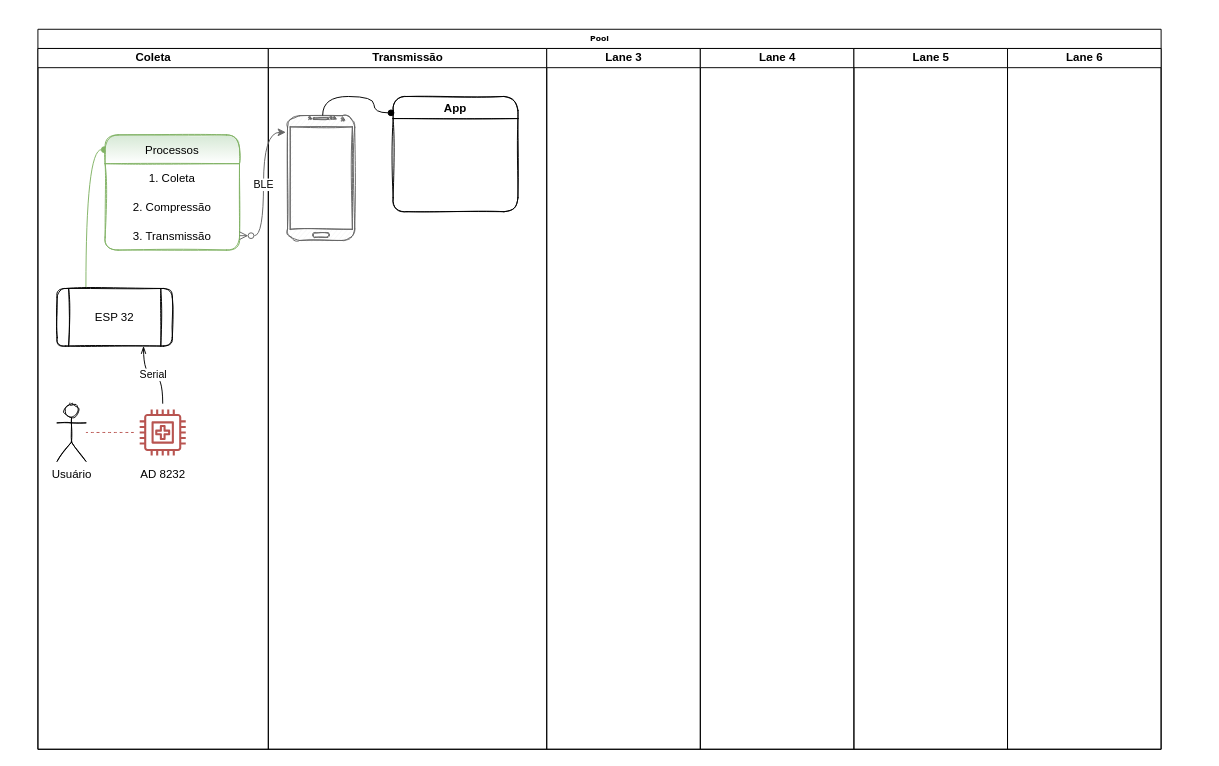
Before: Untitled Diagram.drawio in iamcalegari/app-ic, a draw.io diagram. Source tidied: cells renumbered, new cells numbered last; positions are measured from the earlier drawing's top-left corner, leaving out a move shared by most shapes. Both pictures are drawn from the tidied source at 96%, with x=0, y=0 at pixel (37, 29).
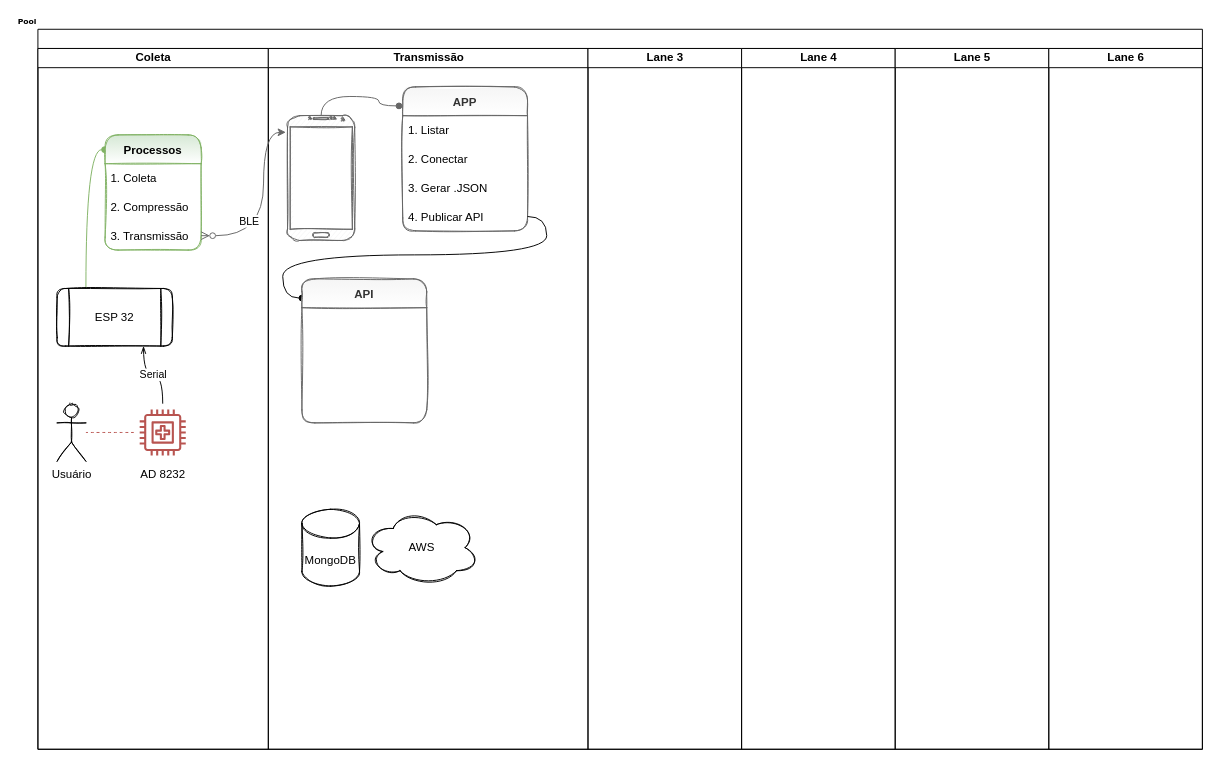
The same page after the edit.

Unchanged cells that the change refers to:
```xml
<mxCell id="3" value="Coleta" style="swimlane;html=1;startSize=20;" parent="2" vertex="1">
  <mxGeometry y="20" width="240" height="730" as="geometry" />
</mxCell>
<mxCell id="15" style="verticalLabelPosition=bottom;verticalAlign=top;html=1;shadow=0;dashed=0;strokeWidth=1;shape=mxgraph.android.phone2;strokeColor=#666666;rounded=1;glass=0;sketch=1;fillColor=#f5f5f5;fontColor=#333333;" parent="14" vertex="1">
  <mxGeometry x="20" y="70" width="70" height="130" as="geometry" />
</mxCell>
```

The edit, as a diff of the source:
```diff
@@
-    <mxCell id="2" value="Pool" style="swimlane;html=1;startSize=20;rounded=0;shadow=0;labelBackgroundColor=none;strokeWidth=1;fontFamily=Verdana;fontSize=8;align=center;" parent="1" vertex="1">
-      <mxGeometry width="1170" height="750" as="geometry" />
+    <mxCell id="2" value="Pool" style="swimlane;startSize=20;rounded=0;shadow=0;labelBackgroundColor=none;strokeWidth=1;fontFamily=Verdana;fontSize=8;align=right;html=1;spacing=2;labelPosition=left;verticalLabelPosition=top;verticalAlign=bottom;" parent="1" vertex="1">
+      <mxGeometry width="1213" height="750" as="geometry" />
     </mxCell>
@@
-    <mxCell id="10" value="Processos" style="swimlane;fontStyle=0;horizontal=1;startSize=30;glass=0;sketch=1;rounded=1;fillColor=#d5e8d4;strokeColor=#82b366;gradientColor=#ffffff;" parent="3" vertex="1">
-      <mxGeometry x="70" y="90" width="140" height="120" as="geometry" />
+    <mxCell id="10" value="Processos" style="swimlane;fontStyle=1;horizontal=1;startSize=30;glass=0;sketch=1;rounded=1;fillColor=#d5e8d4;strokeColor=#82b366;gradientColor=#ffffff;" parent="3" vertex="1">
+      <mxGeometry x="70" y="90" width="100" height="120" as="geometry" />
     </mxCell>
-    <mxCell id="11" value="1. Coleta" style="text;strokeColor=none;fillColor=none;align=center;verticalAlign=middle;spacingLeft=4;spacingRight=4;overflow=hidden;" parent="10" vertex="1">
-      <mxGeometry y="30" width="140" height="30" as="geometry" />
+    <mxCell id="11" value="1. Coleta" style="text;strokeColor=none;fillColor=none;align=left;verticalAlign=middle;spacingLeft=4;spacingRight=4;overflow=hidden;" parent="10" vertex="1">
+      <mxGeometry y="30" width="100" height="30" as="geometry" />
     </mxCell>
-    <mxCell id="12" value="2. Compressão" style="text;strokeColor=none;fillColor=none;align=center;verticalAlign=middle;spacingLeft=4;spacingRight=4;overflow=hidden;" parent="10" vertex="1">
-      <mxGeometry y="60" width="140" height="30" as="geometry" />
+    <mxCell id="12" value="2. Compressão" style="text;strokeColor=none;fillColor=none;align=left;verticalAlign=middle;spacingLeft=4;spacingRight=4;overflow=hidden;" parent="10" vertex="1">
+      <mxGeometry y="60" width="100" height="30" as="geometry" />
     </mxCell>
-    <mxCell id="13" value="3. Transmissão" style="text;strokeColor=none;fillColor=none;align=center;verticalAlign=middle;spacingLeft=4;spacingRight=4;overflow=hidden;points=[[0,0.5],[1,0.5]];portConstraint=eastwest;" parent="10" vertex="1">
-      <mxGeometry y="90" width="140" height="30" as="geometry" />
+    <mxCell id="13" value="3. Transmissão" style="text;strokeColor=none;fillColor=none;align=left;verticalAlign=middle;spacingLeft=4;spacingRight=4;overflow=hidden;points=[[0,0.5],[1,0.5]];portConstraint=eastwest;" parent="10" vertex="1">
+      <mxGeometry y="90" width="100" height="30" as="geometry" />
     </mxCell>
     <mxCell id="14" value="Transmissão" style="swimlane;html=1;startSize=20;" parent="2" vertex="1">
-      <mxGeometry x="240" y="20" width="290" height="730" as="geometry" />
+      <mxGeometry x="240" y="20" width="333" height="730" as="geometry" />
     </mxCell>
+    <mxCell id="23" style="edgeStyle=orthogonalEdgeStyle;curved=1;jettySize=auto;html=1;entryX=-0.03;entryY=0.132;entryDx=0;entryDy=0;fontSize=9;startArrow=none;startFill=0;endArrow=oval;endFill=1;exitX=0.5;exitY=0;exitDx=0;exitDy=0;exitPerimeter=0;entryPerimeter=0;fillColor=#f5f5f5;strokeColor=#666666;" parent="14" edge="1" source="15" target="26">
+      <mxGeometry relative="1" as="geometry" />
+    </mxCell>
@@
+    <mxCell id="24" value="MongoDB" style="shape=cylinder3;whiteSpace=wrap;html=1;boundedLbl=1;backgroundOutline=1;size=15;rounded=1;shadow=0;glass=0;sketch=1;fillColor=none;gradientColor=#ffffff;" parent="14" vertex="1">
+      <mxGeometry x="35" y="480" width="60" height="80" as="geometry" />
+    </mxCell>
+    <mxCell id="25" value="AWS" style="ellipse;shape=cloud;whiteSpace=wrap;html=1;rounded=1;shadow=0;glass=0;sketch=1;fillColor=none;gradientColor=#ffffff;" parent="14" vertex="1">
+      <mxGeometry x="100" y="480" width="120" height="80" as="geometry" />
+    </mxCell>
+    <mxCell id="26" value="APP" style="swimlane;fontStyle=1;horizontal=1;startSize=30;glass=0;sketch=1;rounded=1;fillColor=#f5f5f5;strokeColor=#666666;fontColor=#333333;gradientColor=#ffffff;" parent="14" vertex="1">
+      <mxGeometry x="140" y="40" width="130" height="150" as="geometry" />
+    </mxCell>
+    <mxCell id="27" value="1. Listar" style="text;strokeColor=none;fillColor=none;align=left;verticalAlign=middle;spacingLeft=4;spacingRight=4;overflow=hidden;" parent="14" vertex="1">
+      <mxGeometry x="140" y="70" width="130" height="30" as="geometry" />
+    </mxCell>
+    <mxCell id="28" value="2. Conectar" style="text;strokeColor=none;fillColor=none;align=left;verticalAlign=middle;spacingLeft=4;spacingRight=4;overflow=hidden;" parent="14" vertex="1">
+      <mxGeometry x="140" y="100" width="130" height="30" as="geometry" />
+    </mxCell>
+    <mxCell id="29" value="3. Gerar .JSON" style="text;strokeColor=none;fillColor=none;align=left;verticalAlign=middle;spacingLeft=4;spacingRight=4;overflow=hidden;" parent="14" vertex="1">
+      <mxGeometry x="140" y="130" width="130" height="30" as="geometry" />
+    </mxCell>
+    <mxCell id="30" style="edgeStyle=orthogonalEdgeStyle;curved=1;jettySize=auto;html=1;exitX=1;exitY=0.5;exitDx=0;exitDy=0;entryX=0;entryY=0.133;entryDx=0;entryDy=0;entryPerimeter=0;fontSize=9;startArrow=none;startFill=0;endArrow=oval;endFill=1;" parent="14" edge="1" source="31" target="33">
+      <mxGeometry relative="1" as="geometry" />
+    </mxCell>
+    <mxCell id="31" value="4. Publicar API" style="text;strokeColor=none;fillColor=none;align=left;verticalAlign=middle;spacingLeft=4;spacingRight=4;overflow=hidden;points=[[0,0.5],[1,0.5]];portConstraint=eastwest;" parent="14" vertex="1">
+      <mxGeometry x="140" y="160" width="130" height="30" as="geometry" />
+    </mxCell>
+    <mxCell id="32" style="group;" parent="14" vertex="1">
+      <mxGeometry x="140" y="190" width="130" height="90" as="geometry" />
+    </mxCell>
+    <mxCell id="33" value="API" style="swimlane;fontStyle=1;horizontal=1;startSize=30;glass=0;sketch=1;rounded=1;fillColor=#f5f5f5;strokeColor=#666666;fontColor=#333333;gradientColor=#ffffff;" parent="14" vertex="1">
+      <mxGeometry x="35" y="240" width="130" height="150" as="geometry" />
+    </mxCell>
-    <mxCell id="16" value="Lane 3" style="swimlane;html=1;startSize=20;" parent="2" vertex="1">
-      <mxGeometry x="530" y="20" width="160" height="730" as="geometry" />
+    <mxCell id="16" value="Lane 3" style="swimlane;html=1;startSize=20;align=center;" parent="2" vertex="1">
+      <mxGeometry x="573" y="20" width="160" height="730" as="geometry" />
     </mxCell>
-    <mxCell id="17" value="App" style="swimlane;rounded=1;shadow=0;glass=0;sketch=1;fillColor=none;gradientColor=#ffffff;arcSize=21;" parent="16" vertex="1">
-      <mxGeometry x="-160" y="50" width="130" height="120" as="geometry" />
-    </mxCell>
     <mxCell id="18" value="Lane 4" style="swimlane;html=1;startSize=20;" parent="2" vertex="1">
-      <mxGeometry x="690" y="20" width="160" height="730" as="geometry" />
+      <mxGeometry x="733" y="20" width="160" height="730" as="geometry" />
     </mxCell>
     <mxCell id="19" value="Lane 5" style="swimlane;html=1;startSize=20;" parent="2" vertex="1">
-      <mxGeometry x="850" y="20" width="160" height="730" as="geometry" />
+      <mxGeometry x="893" y="20" width="160" height="730" as="geometry" />
     </mxCell>
     <mxCell id="20" value="Lane 6" style="swimlane;html=1;startSize=20;" parent="2" vertex="1">
-      <mxGeometry x="1010" y="20" width="160" height="730" as="geometry" />
+      <mxGeometry x="1053" y="20" width="160" height="730" as="geometry" />
     </mxCell>
     <mxCell id="21" value="BLE" style="edgeStyle=orthogonalEdgeStyle;curved=1;jettySize=auto;html=1;entryX=-0.025;entryY=0.133;entryDx=0;entryDy=0;entryPerimeter=0;endArrow=classic;endFill=1;fillColor=#f5f5f5;strokeColor=#666666;startArrow=ERzeroToMany;startFill=0;" parent="2" edge="1" source="13" target="15">
-      <mxGeometry relative="1" as="geometry">
+      <mxGeometry x="-0.49" y="15" relative="1" as="geometry">
         <Array as="points">
           <mxPoint x="235" y="215" />
           <mxPoint x="235" y="107" />
         </Array>
       </mxGeometry>
     </mxCell>
-    <mxCell id="22" style="edgeStyle=orthogonalEdgeStyle;curved=1;jettySize=auto;html=1;entryX=-0.017;entryY=0.142;entryDx=0;entryDy=0;startArrow=none;startFill=0;endArrow=oval;endFill=1;entryPerimeter=0;exitX=0.523;exitY=-0.002;exitDx=0;exitDy=0;exitPerimeter=0;" parent="2" edge="1" source="15" target="17">
-      <mxGeometry relative="1" as="geometry" />
-    </mxCell>
```
